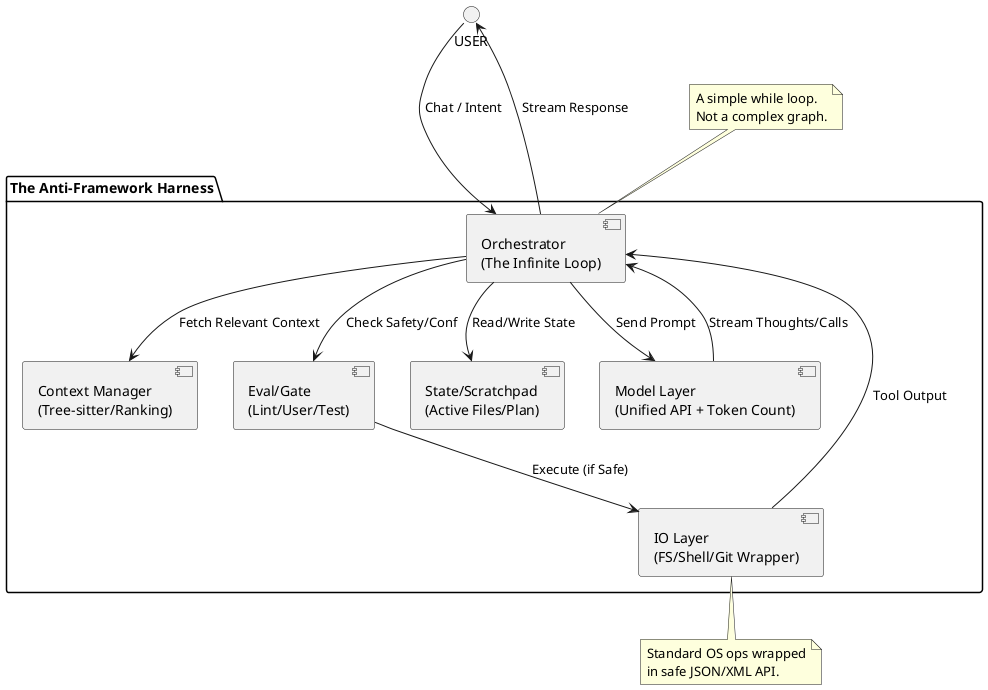
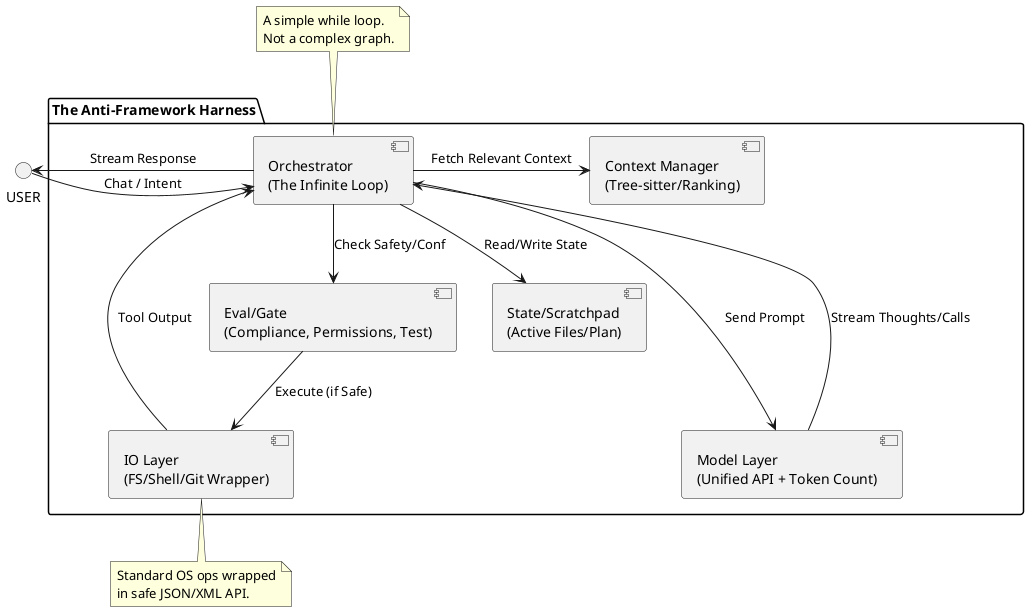
@startuml
package "The Anti-Framework Harness" {
    [Orchestrator\n(The Infinite Loop)] as ORCH
    [Context Manager\n(Tree-sitter/Ranking)] as CTX
    [IO Layer\n(FS/Shell/Git Wrapper)] as IO
-     [Eval/Gate\n(Lint/User/Test)] as EVAL
+     [Eval/Gate\n(Compliance, Permissions, Test)] as EVAL
    [Model Layer\n(Unified API + Token Count)] as MDL
    [State/Scratchpad\n(Active Files/Plan)] as STATE
}

- USER ---> ORCH : "Chat / Intent"
+ USER -> ORCH : "Chat / Intent"
ORCH --> STATE : "Read/Write State"
- ORCH --> CTX : "Fetch Relevant Context"
+ ORCH -> CTX : "Fetch Relevant Context"
ORCH --> MDL : "Send Prompt"
- MDL --> ORCH : "Stream Thoughts/Calls"
+ MDL ---> ORCH : "Stream Thoughts/Calls"
ORCH --> EVAL : "Check Safety/Conf"
EVAL --> IO : "Execute (if Safe)"
IO --> ORCH : "Tool Output"
- ORCH --> USER : "Stream Response"
+ ORCH -> USER : "Stream Response"

note top of ORCH
  A simple while loop.
  Not a complex graph.
end note

note bottom of IO
  Standard OS ops wrapped
  in safe JSON/XML API.
end note
@enduml
